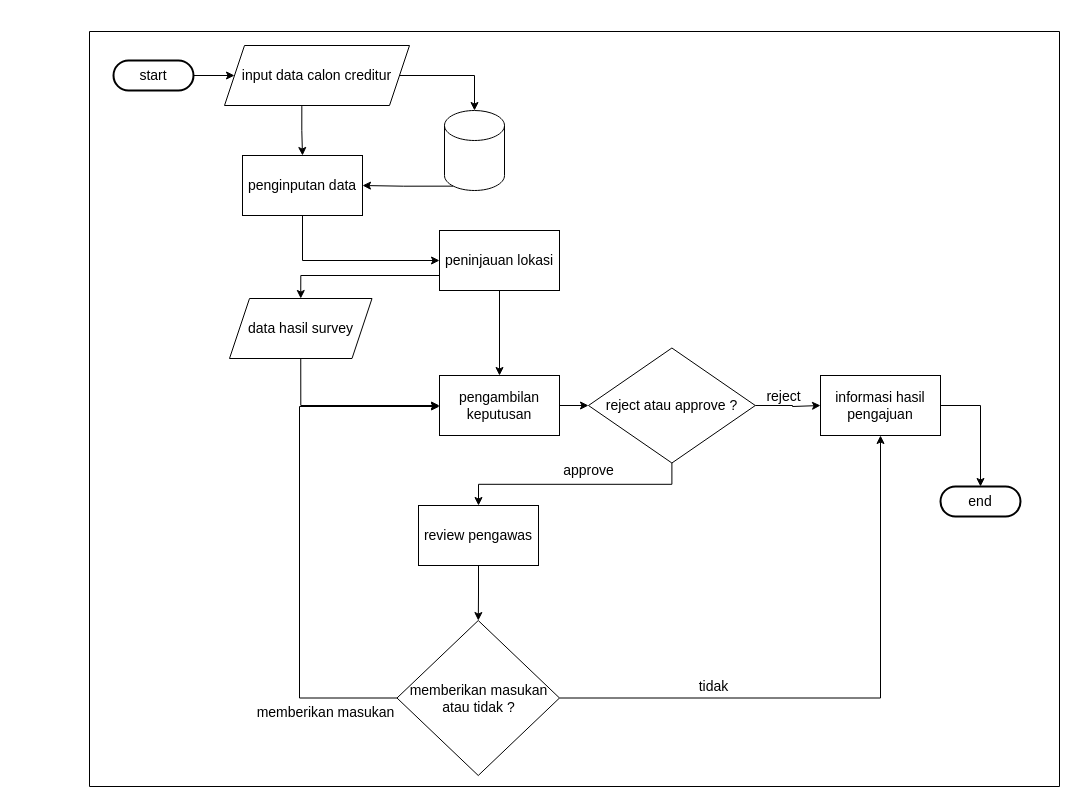
Above: page "flowchart system" (1 of 41) of public/Untitled Diagram.drawio in alinurd/simpanPinjam (draw.io), before the change. Source tidied: cells renumbered, new cells numbered last; positions are measured from the earlier drawing's top-left corner, leaving out a move shared by most shapes. Both pictures are drawn from the tidied source at 100%, with x=0, y=0 at pixel (89, 31).
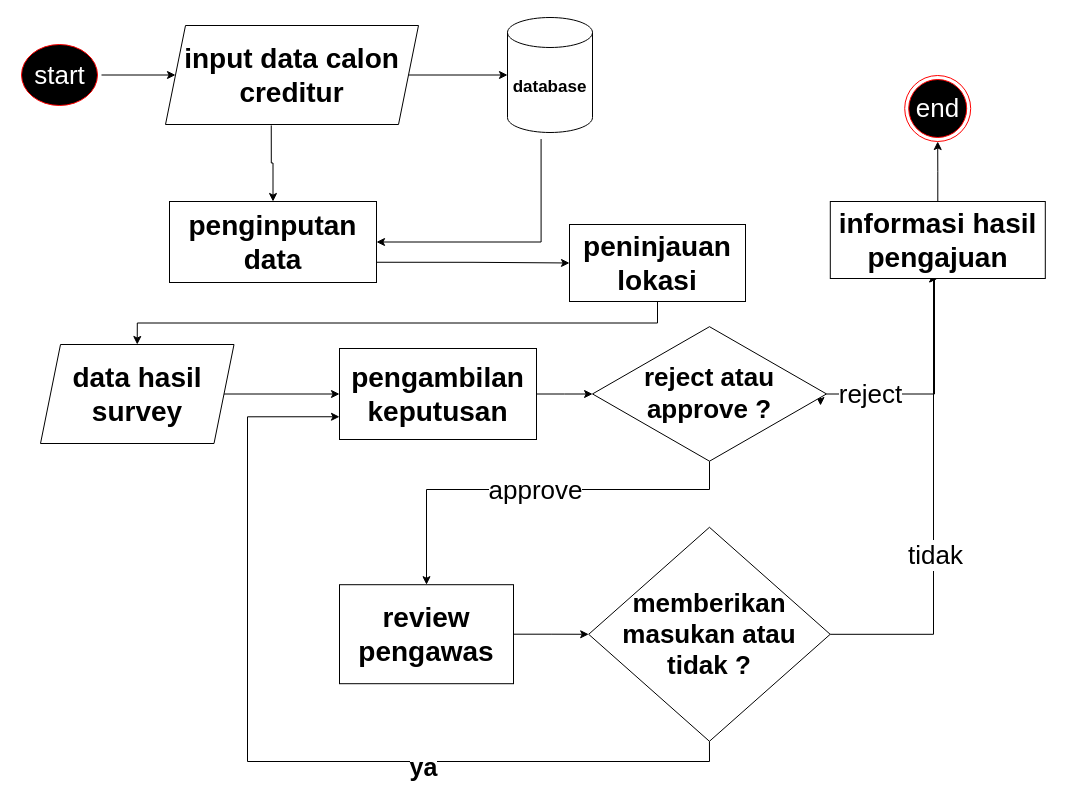
Above is the later version.

Diff of the diagram source:
```diff
@@
-    <mxCell id="2" style="edgeStyle=orthogonalEdgeStyle;rounded=0;jettySize=auto;html=1;entryX=0;entryY=0.5;entryDx=0;entryDy=0;fontSize=14;" parent="1" edge="1" source="3" target="6">
+    <mxCell id="2" style="edgeStyle=orthogonalEdgeStyle;rounded=0;jettySize=auto;html=1;entryX=0;entryY=0.5;entryDx=0;entryDy=0;fontSize=28;fontStyle=1;" parent="1" edge="1" source="3" target="6">
       <mxGeometry relative="1" as="geometry" />
     </mxCell>
-    <mxCell id="3" value="start" style="rounded=1;whiteSpace=wrap;html=1;absoluteArcSize=1;arcSize=80;strokeWidth=2;fontSize=14;" parent="1" vertex="1">
-      <mxGeometry x="24" y="29" width="80" height="30" as="geometry" />
-    </mxCell>
-    <mxCell id="4" style="edgeStyle=orthogonalEdgeStyle;rounded=0;jettySize=auto;html=1;fontSize=14;exitX=0.418;exitY=1.009;exitDx=0;exitDy=0;exitPerimeter=0;" parent="1" edge="1" source="6" target="8">
+    <mxCell id="4" style="edgeStyle=orthogonalEdgeStyle;rounded=0;jettySize=auto;html=1;fontSize=28;exitX=0.418;exitY=1.009;exitDx=0;exitDy=0;exitPerimeter=0;fontStyle=1;" parent="1" edge="1" source="6" target="8">
       <mxGeometry relative="1" as="geometry" />
     </mxCell>
-    <mxCell id="5" style="edgeStyle=orthogonalEdgeStyle;rounded=0;jettySize=auto;html=1;entryX=0.5;entryY=0;entryDx=0;entryDy=0;entryPerimeter=0;fontSize=14;" parent="1" edge="1" source="6" target="9">
+    <mxCell id="5" style="edgeStyle=orthogonalEdgeStyle;rounded=0;jettySize=auto;html=1;entryX=0;entryY=0.5;entryDx=0;entryDy=0;entryPerimeter=0;fontSize=28;fontStyle=1;" parent="1" edge="1" source="6" target="9">
       <mxGeometry relative="1" as="geometry" />
     </mxCell>
-    <mxCell id="6" value="&lt;font style=&quot;font-size: 14px;&quot;&gt;input data calon creditur&lt;br style=&quot;font-size: 14px;&quot;&gt;&lt;/font&gt;" style="shape=parallelogram;perimeter=parallelogramPerimeter;whiteSpace=wrap;html=1;fixedSize=1;fontSize=14;" parent="1" vertex="1">
-      <mxGeometry x="135" y="14" width="185" height="60" as="geometry" />
+    <mxCell id="6" value="&lt;font style=&quot;font-size: 28px;&quot;&gt;input data calon creditur&lt;br style=&quot;font-size: 28px;&quot;&gt;&lt;/font&gt;" style="shape=parallelogram;perimeter=parallelogramPerimeter;whiteSpace=wrap;html=1;fixedSize=1;fontSize=28;fontStyle=1;" parent="1" vertex="1">
+      <mxGeometry x="76" y="-6" width="253" height="99" as="geometry" />
     </mxCell>
-    <mxCell id="7" style="edgeStyle=orthogonalEdgeStyle;rounded=0;jettySize=auto;html=1;exitX=0.5;exitY=1;exitDx=0;exitDy=0;entryX=0;entryY=0.5;entryDx=0;entryDy=0;fontSize=14;" parent="1" edge="1" source="8" target="13">
+    <mxCell id="7" style="edgeStyle=orthogonalEdgeStyle;rounded=0;jettySize=auto;html=1;exitX=1;exitY=0.75;exitDx=0;exitDy=0;entryX=0;entryY=0.5;entryDx=0;entryDy=0;fontSize=28;fontStyle=1;" parent="1" edge="1" source="8" target="13">
       <mxGeometry relative="1" as="geometry" />
     </mxCell>
-    <mxCell id="8" value="penginputan data" style="whiteSpace=wrap;html=1;fontSize=14;" parent="1" vertex="1">
-      <mxGeometry x="153" y="124" width="120" height="60" as="geometry" />
+    <mxCell id="8" value="penginputan data" style="whiteSpace=wrap;html=1;fontSize=28;fontStyle=1;" parent="1" vertex="1">
+      <mxGeometry x="80" y="170" width="207" height="81" as="geometry" />
     </mxCell>
-    <mxCell id="9" style="shape=cylinder3;whiteSpace=wrap;html=1;boundedLbl=1;backgroundOutline=1;size=15;fontSize=14;" parent="1" vertex="1">
-      <mxGeometry x="355" y="79" width="60" height="80" as="geometry" />
+    <mxCell id="9" value="database" style="shape=cylinder3;whiteSpace=wrap;html=1;boundedLbl=1;backgroundOutline=1;size=15;fontSize=17;fontStyle=1;" parent="1" vertex="1">
+      <mxGeometry x="418" y="-14" width="85" height="115" as="geometry" />
     </mxCell>
-    <mxCell id="10" style="edgeStyle=orthogonalEdgeStyle;rounded=0;jettySize=auto;html=1;exitX=0.145;exitY=1;exitDx=0;exitDy=-4.35;exitPerimeter=0;entryX=1;entryY=0.5;entryDx=0;entryDy=0;fontSize=14;" parent="1" edge="1" source="9" target="8">
-      <mxGeometry relative="1" as="geometry" />
+    <mxCell id="10" style="edgeStyle=orthogonalEdgeStyle;rounded=0;jettySize=auto;html=1;exitX=0.395;exitY=1.057;exitDx=0;exitDy=0;exitPerimeter=0;entryX=1;entryY=0.5;entryDx=0;entryDy=0;fontSize=28;fontStyle=1;" parent="1" edge="1" source="9" target="8">
+      <mxGeometry relative="1" as="geometry">
+        <Array as="points">
+          <mxPoint x="452" y="210" />
+        </Array>
+      </mxGeometry>
     </mxCell>
-    <mxCell id="11" style="edgeStyle=orthogonalEdgeStyle;rounded=0;jettySize=auto;html=1;exitX=0.5;exitY=1;exitDx=0;exitDy=0;fontSize=14;" parent="1" edge="1" source="13" target="17">
+    <mxCell id="11" style="edgeStyle=orthogonalEdgeStyle;rounded=0;jettySize=auto;html=1;exitX=0.5;exitY=1;exitDx=0;exitDy=0;fontSize=28;fontStyle=1;entryX=0.5;entryY=0;entryDx=0;entryDy=0;" parent="1" edge="1" source="13" target="15">
       <mxGeometry relative="1" as="geometry" />
     </mxCell>
-    <mxCell id="12" style="edgeStyle=orthogonalEdgeStyle;rounded=0;jettySize=auto;html=1;entryX=0.5;entryY=0;entryDx=0;entryDy=0;exitX=0;exitY=0.75;exitDx=0;exitDy=0;fontSize=14;" parent="1" edge="1" source="13" target="15">
-      <mxGeometry relative="1" as="geometry" />
-    </mxCell>
-    <mxCell id="13" value="&lt;div style=&quot;font-size: 14px;&quot;&gt;peninjauan lokasi&lt;/div&gt;" style="whiteSpace=wrap;html=1;fontSize=14;" parent="1" vertex="1">
-      <mxGeometry x="350" y="199" width="120" height="60" as="geometry" />
+    <mxCell id="13" value="&lt;div style=&quot;font-size: 28px;&quot;&gt;peninjauan lokasi&lt;/div&gt;" style="whiteSpace=wrap;html=1;fontSize=28;fontStyle=1;" parent="1" vertex="1">
+      <mxGeometry x="480" y="193" width="176" height="77" as="geometry" />
     </mxCell>
-    <mxCell id="14" style="edgeStyle=orthogonalEdgeStyle;rounded=0;jettySize=auto;html=1;exitX=0.5;exitY=1;exitDx=0;exitDy=0;entryX=0;entryY=0.5;entryDx=0;entryDy=0;fontSize=14;" parent="1" edge="1" source="15" target="17">
+    <mxCell id="14" style="edgeStyle=orthogonalEdgeStyle;rounded=0;jettySize=auto;html=1;" parent="1" edge="1" source="15" target="17">
       <mxGeometry relative="1" as="geometry" />
     </mxCell>
-    <mxCell id="15" value="&lt;div style=&quot;font-size: 14px;&quot;&gt;data hasil survey&lt;br style=&quot;font-size: 14px;&quot;&gt;&lt;/div&gt;" style="shape=parallelogram;perimeter=parallelogramPerimeter;whiteSpace=wrap;html=1;fixedSize=1;fontSize=14;" parent="1" vertex="1">
-      <mxGeometry x="140" y="267" width="142.5" height="60" as="geometry" />
+    <mxCell id="15" value="&lt;div style=&quot;font-size: 28px;&quot;&gt;data hasil survey&lt;br style=&quot;font-size: 28px;&quot;&gt;&lt;/div&gt;" style="shape=parallelogram;perimeter=parallelogramPerimeter;whiteSpace=wrap;html=1;fixedSize=1;fontSize=28;fontStyle=1;" parent="1" vertex="1">
+      <mxGeometry x="-49" y="313" width="193.5" height="99" as="geometry" />
     </mxCell>
-    <mxCell id="16" style="edgeStyle=orthogonalEdgeStyle;rounded=0;jettySize=auto;html=1;fontSize=14;" parent="1" edge="1" source="17" target="22">
+    <mxCell id="16" style="edgeStyle=orthogonalEdgeStyle;rounded=0;jettySize=auto;html=1;fontSize=28;fontStyle=1;" parent="1" edge="1" source="17" target="22">
       <mxGeometry relative="1" as="geometry" />
     </mxCell>
-    <mxCell id="17" value="pengambilan keputusan" style="whiteSpace=wrap;html=1;fontSize=14;" parent="1" vertex="1">
-      <mxGeometry x="350" y="344" width="120" height="60" as="geometry" />
+    <mxCell id="17" value="pengambilan keputusan" style="whiteSpace=wrap;html=1;fontSize=28;fontStyle=1;" parent="1" vertex="1">
+      <mxGeometry x="250" y="317" width="197" height="91" as="geometry" />
     </mxCell>
-    <mxCell id="18" style="edgeStyle=orthogonalEdgeStyle;rounded=0;jettySize=auto;html=1;entryX=0;entryY=0.5;entryDx=0;entryDy=0;fontSize=14;" parent="1" edge="1" source="22" target="31">
+    <mxCell id="18" style="edgeStyle=orthogonalEdgeStyle;rounded=0;jettySize=auto;html=1;entryX=0;entryY=0.5;entryDx=0;entryDy=0;fontSize=28;fontStyle=1;" parent="1" edge="1" source="22">
       <mxGeometry relative="1" as="geometry">
+        <mxPoint x="731" y="374" as="targetPoint" />
         <Array as="points">
           <mxPoint x="703" y="374" />
           <mxPoint x="750" y="375" />
         </Array>
       </mxGeometry>
     </mxCell>
-    <mxCell id="19" value="reject" style="edgeLabel;html=1;align=center;verticalAlign=middle;fontSize=14;" parent="18" vertex="1">
-      <mxGeometry x="-0.15" relative="1" as="geometry">
-        <mxPoint y="-10" as="offset" />
-      </mxGeometry>
-    </mxCell>
-    <mxCell id="20" style="edgeStyle=orthogonalEdgeStyle;rounded=0;jettySize=auto;html=1;exitX=0.5;exitY=1;exitDx=0;exitDy=0;fontSize=14;" parent="1" edge="1" source="22" target="24">
-      <mxGeometry relative="1" as="geometry" />
+    <mxCell id="20" style="edgeStyle=orthogonalEdgeStyle;rounded=0;jettySize=auto;html=1;exitX=0.5;exitY=1;exitDx=0;exitDy=0;fontSize=28;fontStyle=1;" parent="1" edge="1" source="22" target="24">
+      <mxGeometry relative="1" as="geometry">
+        <Array as="points">
+          <mxPoint x="620" y="458" />
+          <mxPoint x="337" y="458" />
+        </Array>
+      </mxGeometry>
     </mxCell>
-    <mxCell id="21" value="approve" style="edgeLabel;html=1;align=center;verticalAlign=middle;fontSize=14;" parent="20" vertex="1">
+    <mxCell id="21" value="approve" style="edgeLabel;html=1;align=center;verticalAlign=middle;fontSize=26;fontStyle=0;" parent="20" vertex="1">
       <mxGeometry x="-0.48" y="-2" relative="1" as="geometry">
-        <mxPoint x="-44" y="-12" as="offset" />
+        <mxPoint x="-97" y="2" as="offset" />
       </mxGeometry>
     </mxCell>
+    <mxCell id="34" style="edgeStyle=orthogonalEdgeStyle;rounded=0;jettySize=auto;html=1;entryX=0.5;entryY=1;entryDx=0;entryDy=0;" parent="1" edge="1" source="22" target="31">
+      <mxGeometry relative="1" as="geometry">
+        <Array as="points">
+          <mxPoint x="845" y="363" />
+        </Array>
+      </mxGeometry>
+    </mxCell>
+    <mxCell id="19" value="&lt;font style=&quot;font-size: 26px;&quot;&gt;reject&lt;/font&gt;" style="edgeLabel;html=1;align=center;verticalAlign=middle;" parent="34" vertex="1">
+      <mxGeometry x="-0.18" y="2" relative="1" as="geometry">
+        <mxPoint x="-49" y="2" as="offset" />
+      </mxGeometry>
+    </mxCell>
-    <mxCell id="22" value="reject atau approve ?" style="rhombus;whiteSpace=wrap;html=1;fontSize=14;" parent="1" vertex="1">
-      <mxGeometry x="499" y="316.5" width="166.8" height="115" as="geometry" />
+    <mxCell id="22" value="reject atau approve ?" style="rhombus;whiteSpace=wrap;html=1;fontSize=26;fontStyle=1;" parent="1" vertex="1">
+      <mxGeometry x="503" y="295.2" width="234" height="134.5" as="geometry" />
     </mxCell>
-    <mxCell id="23" style="edgeStyle=orthogonalEdgeStyle;rounded=0;jettySize=auto;html=1;fontSize=14;" parent="1" edge="1" source="24" target="29">
+    <mxCell id="23" style="edgeStyle=orthogonalEdgeStyle;rounded=0;jettySize=auto;html=1;entryX=0;entryY=0.5;entryDx=0;entryDy=0;" parent="1" edge="1" source="24" target="29">
       <mxGeometry relative="1" as="geometry" />
     </mxCell>
-    <mxCell id="24" value="review pengawas" style="whiteSpace=wrap;html=1;fontSize=14;" parent="1" vertex="1">
-      <mxGeometry x="329" y="474" width="120" height="60" as="geometry" />
+    <mxCell id="24" value="review pengawas" style="whiteSpace=wrap;html=1;fontSize=28;fontStyle=1;" parent="1" vertex="1">
+      <mxGeometry x="250" y="553.2" width="174" height="99" as="geometry" />
     </mxCell>
-    <mxCell id="25" style="edgeStyle=orthogonalEdgeStyle;rounded=0;jettySize=auto;html=1;exitX=0;exitY=0.5;exitDx=0;exitDy=0;fontSize=14;" parent="1" edge="1" source="29">
-      <mxGeometry relative="1" as="geometry">
-        <mxPoint x="350" y="375" as="targetPoint" />
-        <Array as="points">
-          <mxPoint x="210" y="667" />
-          <mxPoint x="210" y="375" />
-        </Array>
-      </mxGeometry>
-    </mxCell>
-    <mxCell id="26" value="memberikan masukan" style="edgeLabel;html=1;align=center;verticalAlign=middle;fontSize=14;" parent="25" vertex="1">
-      <mxGeometry x="0.07" y="2" relative="1" as="geometry">
-        <mxPoint x="27" y="199" as="offset" />
-      </mxGeometry>
-    </mxCell>
+    <mxCell id="35" style="edgeStyle=orthogonalEdgeStyle;rounded=0;jettySize=auto;html=1;entryX=0;entryY=0.75;entryDx=0;entryDy=0;exitX=0.5;exitY=1;exitDx=0;exitDy=0;" parent="1" edge="1" source="29" target="17">
+      <mxGeometry relative="1" as="geometry">
+        <Array as="points">
+          <mxPoint x="620" y="730" />
+          <mxPoint x="158" y="730" />
+          <mxPoint x="158" y="385" />
+        </Array>
+      </mxGeometry>
+    </mxCell>
-    <mxCell id="27" style="edgeStyle=orthogonalEdgeStyle;rounded=0;jettySize=auto;html=1;fontSize=14;entryX=0.5;entryY=1;entryDx=0;entryDy=0;" parent="1" edge="1" source="29" target="31">
-      <mxGeometry relative="1" as="geometry" />
+    <mxCell id="27" style="edgeStyle=orthogonalEdgeStyle;rounded=0;jettySize=auto;html=1;entryX=0.5;entryY=1;entryDx=0;entryDy=0;" parent="1" edge="1" source="29" target="31">
+      <mxGeometry relative="1" as="geometry">
+        <Array as="points">
+          <mxPoint x="844" y="603" />
+          <mxPoint x="844" y="247" />
+        </Array>
+      </mxGeometry>
     </mxCell>
-    <mxCell id="28" value="tidak" style="edgeLabel;html=1;align=center;verticalAlign=middle;fontSize=14;" parent="27" vertex="1">
-      <mxGeometry x="-0.32" y="-1" relative="1" as="geometry">
-        <mxPoint x="-45" y="-13" as="offset" />
-      </mxGeometry>
+    <mxCell id="28" value="&lt;font style=&quot;font-size: 26px;&quot;&gt;tidak&lt;/font&gt;" style="edgeLabel;html=1;align=center;verticalAlign=middle;" parent="27" vertex="1">
+      <mxGeometry x="-0.21" y="-1" relative="1" as="geometry" />
     </mxCell>
-    <mxCell id="29" value="memberikan masukan atau tidak ?" style="rhombus;whiteSpace=wrap;html=1;fontSize=14;" parent="1" vertex="1">
-      <mxGeometry x="307.5" y="589" width="162.5" height="155" as="geometry" />
+    <mxCell id="29" value="memberikan masukan atau tidak ?" style="rhombus;whiteSpace=wrap;html=1;fontSize=26;fontStyle=1;" parent="1" vertex="1">
+      <mxGeometry x="499.2" y="495.8" width="241.5" height="214" as="geometry" />
     </mxCell>
-    <mxCell id="30" style="swimlane;startSize=0;fontSize=14;" parent="1" vertex="1">
-      <mxGeometry width="970" height="755" as="geometry" />
-    </mxCell>
+    <mxCell id="36" value="ya" style="edgeLabel;html=1;align=center;verticalAlign=middle;fontSize=25;fontStyle=1;" parent="1" vertex="1">
+      <mxGeometry x="337" y="734" as="geometry">
+        <mxPoint x="-4" as="offset" />
+      </mxGeometry>
+    </mxCell>
+    <mxCell id="33" style="edgeStyle=orthogonalEdgeStyle;rounded=0;jettySize=auto;html=1;" parent="1" edge="1" source="31" target="32">
+      <mxGeometry relative="1" as="geometry" />
+    </mxCell>
-    <mxCell id="31" value="informasi hasil pengajuan" style="whiteSpace=wrap;html=1;fontSize=14;" parent="30" vertex="1">
-      <mxGeometry x="731" y="344" width="120" height="60" as="geometry" />
+    <mxCell id="31" value="informasi hasil pengajuan" style="whiteSpace=wrap;html=1;fontSize=28;fontStyle=1;" parent="1" vertex="1">
+      <mxGeometry x="740.8" y="170" width="215" height="77" as="geometry" />
     </mxCell>
-    <mxCell id="32" value="end" style="rounded=1;whiteSpace=wrap;html=1;absoluteArcSize=1;arcSize=80;strokeWidth=2;fontSize=14;" parent="30" vertex="1">
-      <mxGeometry x="851" y="455" width="80" height="30" as="geometry" />
+    <mxCell id="32" value="&lt;font color=&quot;#ffffff&quot; style=&quot;font-size: 26px;&quot;&gt;end&lt;/font&gt;" style="ellipse;html=1;shape=endState;fillColor=#000000;strokeColor=#ff0000;" parent="1" vertex="1">
+      <mxGeometry x="815.2" y="44" width="66" height="66" as="geometry" />
     </mxCell>
-    <mxCell id="33" style="edgeStyle=orthogonalEdgeStyle;rounded=0;jettySize=auto;html=1;exitX=1;exitY=0.5;exitDx=0;exitDy=0;entryX=0.5;entryY=0;entryDx=0;entryDy=0;fontSize=14;" parent="30" edge="1" source="31" target="32">
-      <mxGeometry relative="1" as="geometry" />
-    </mxCell>
+    <mxCell id="3" value="&lt;font style=&quot;font-size: 26px;&quot; color=&quot;#ffffff&quot;&gt;start&lt;/font&gt;" style="ellipse;html=1;shape=startState;fillColor=#000000;strokeColor=#ff0000;" parent="1" vertex="1">
+      <mxGeometry x="-72" y="9" width="84" height="69" as="geometry" />
+    </mxCell>
```
